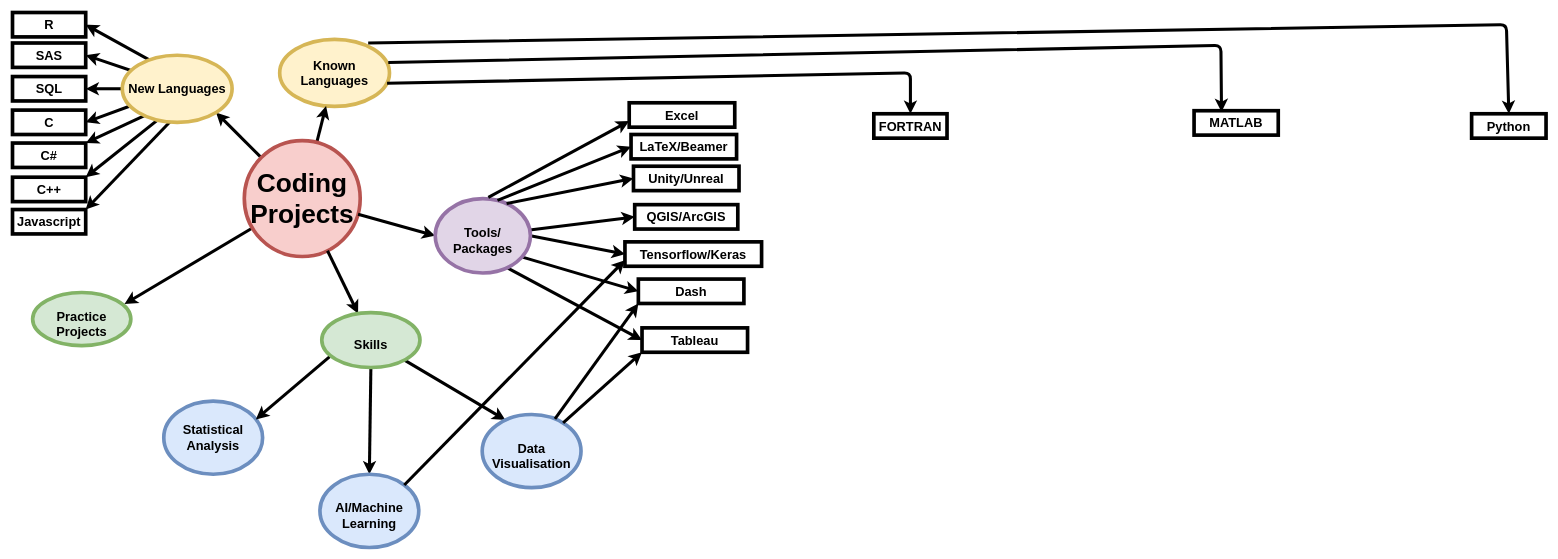
owen-jordan/central-repo keeps this draw.io diagram as Central Diagram.drawio. Above is the earlier version. Source tidied: cells renumbered, new cells numbered last; positions are measured from the earlier drawing's top-left corner, leaving out a move shared by most shapes. Both pictures are drawn from the tidied source at 61%, with x=0, y=0 at pixel (12, 12).
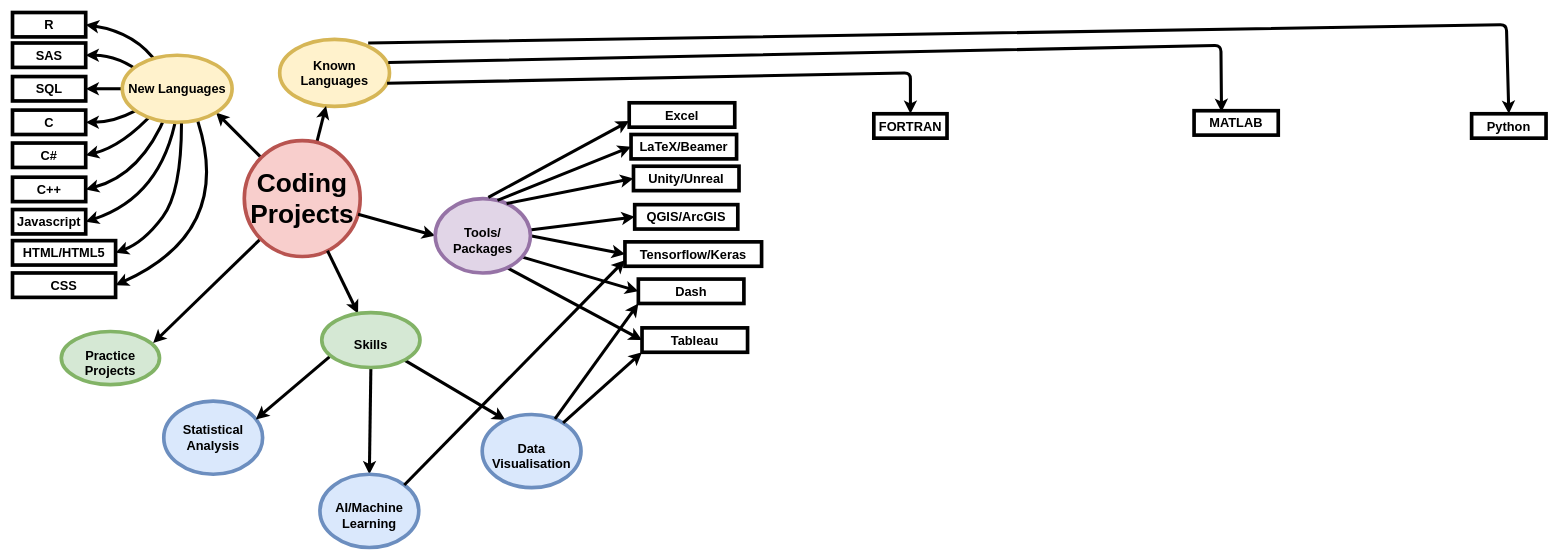
The same diagram, later.

Unchanged cells that the change refers to:
```xml
<mxCell id="2" value="&lt;b&gt;&lt;font style=&quot;font-size: 21px&quot;&gt;SAS&lt;/font&gt;&lt;/b&gt;" style="rounded=0;whiteSpace=wrap;html=1;strokeWidth=6;" parent="1" vertex="1">
  <mxGeometry y="50" width="120" height="40" as="geometry" />
</mxCell>
<mxCell id="5" value="&lt;b&gt;&lt;font style=&quot;font-size: 21px&quot;&gt;SQL&lt;/font&gt;&lt;/b&gt;" style="rounded=0;whiteSpace=wrap;html=1;strokeWidth=6;" parent="1" vertex="1">
  <mxGeometry y="105" width="120" height="40" as="geometry" />
</mxCell>
<mxCell id="7" value="&lt;font size=&quot;1&quot;&gt;&lt;b style=&quot;font-size: 21px&quot;&gt;C&lt;/b&gt;&lt;/font&gt;" style="rounded=0;whiteSpace=wrap;html=1;strokeWidth=6;" parent="1" vertex="1">
  <mxGeometry y="160" width="120" height="40" as="geometry" />
</mxCell>
<mxCell id="9" value="&lt;font style=&quot;font-size: 11px&quot;&gt;&lt;b style=&quot;font-size: 21px&quot;&gt;C&lt;/b&gt;&lt;b&gt;&lt;font style=&quot;font-size: 21px&quot;&gt;#&lt;/font&gt;&lt;/b&gt;&lt;/font&gt;" style="rounded=0;whiteSpace=wrap;html=1;strokeWidth=6;" parent="1" vertex="1">
  <mxGeometry y="214" width="120" height="40" as="geometry" />
</mxCell>
<mxCell id="11" value="&lt;font style=&quot;font-size: 11px&quot;&gt;&lt;b style=&quot;font-size: 21px&quot;&gt;C&lt;/b&gt;&lt;b&gt;&lt;font style=&quot;font-size: 21px&quot;&gt;++&lt;/font&gt;&lt;/b&gt;&lt;/font&gt;" style="rounded=0;whiteSpace=wrap;html=1;strokeWidth=6;" parent="1" vertex="1">
  <mxGeometry y="270" width="120" height="40" as="geometry" />
</mxCell>
<mxCell id="15" value="&lt;b&gt;&lt;font style=&quot;font-size: 21px&quot;&gt;Javascript&lt;/font&gt;&lt;/b&gt;" style="rounded=0;whiteSpace=wrap;html=1;strokeWidth=6;" parent="1" vertex="1">
  <mxGeometry y="323" width="120" height="40" as="geometry" />
</mxCell>
<mxCell id="17" value="&lt;b&gt;&lt;font style=&quot;font-size: 21px&quot;&gt;New Languages&lt;/font&gt;&lt;/b&gt;" style="ellipse;whiteSpace=wrap;html=1;strokeWidth=6;fillColor=#fff2cc;strokeColor=#d6b656;" parent="1" vertex="1">
  <mxGeometry x="180" y="70" width="180" height="110" as="geometry" />
</mxCell>
```

Change to the diagram source:
```diff
@@
-    <mxCell id="4" style="endArrow=classic;html=1;strokeWidth=5;exitX=0.194;exitY=0.291;exitDx=0;exitDy=0;entryX=1;entryY=0.5;entryDx=0;entryDy=0;exitPerimeter=0;" parent="1" edge="1" source="17" target="2">
-      <mxGeometry relative="1" as="geometry" />
+    <mxCell id="4" style="endArrow=classic;html=1;strokeWidth=5;exitX=0.194;exitY=0.291;exitDx=0;exitDy=0;entryX=1;entryY=0.5;entryDx=0;entryDy=0;exitPerimeter=0;curved=1;" parent="1" edge="1" source="17" target="2">
+      <mxGeometry relative="1" as="geometry">
+        <Array as="points">
+          <mxPoint x="175" y="70" />
+        </Array>
+      </mxGeometry>
     </mxCell>
@@
-    <mxCell id="6" style="endArrow=classic;html=1;strokeWidth=5;entryX=1;entryY=0.5;entryDx=0;entryDy=0;" parent="1" edge="1" source="17" target="5">
+    <mxCell id="6" style="endArrow=classic;html=1;strokeWidth=5;entryX=1;entryY=0.5;entryDx=0;entryDy=0;curved=1;" parent="1" edge="1" source="17" target="5">
       <mxGeometry relative="1" as="geometry" />
     </mxCell>
@@
-    <mxCell id="8" style="endArrow=classic;html=1;strokeWidth=5;entryX=1;entryY=0.5;entryDx=0;entryDy=0;" parent="1" edge="1" source="17" target="7">
-      <mxGeometry relative="1" as="geometry" />
+    <mxCell id="8" style="endArrow=classic;html=1;strokeWidth=5;entryX=1;entryY=0.5;entryDx=0;entryDy=0;curved=1;" parent="1" edge="1" source="17" target="7">
+      <mxGeometry relative="1" as="geometry">
+        <Array as="points">
+          <mxPoint x="166" y="180" />
+        </Array>
+      </mxGeometry>
     </mxCell>
@@
-    <mxCell id="10" style="endArrow=classic;html=1;strokeWidth=5;entryX=1;entryY=0;entryDx=0;entryDy=0;exitX=0.3;exitY=0.827;exitDx=0;exitDy=0;exitPerimeter=0;" parent="1" edge="1" source="17" target="9">
-      <mxGeometry relative="1" as="geometry" />
+    <mxCell id="10" style="endArrow=classic;html=1;strokeWidth=5;entryX=1;entryY=0.5;entryDx=0;entryDy=0;exitX=0.3;exitY=0.827;exitDx=0;exitDy=0;exitPerimeter=0;curved=1;" parent="1" edge="1" source="17" target="9">
+      <mxGeometry relative="1" as="geometry">
+        <Array as="points">
+          <mxPoint x="181" y="219" />
+        </Array>
+      </mxGeometry>
     </mxCell>
@@
-    <mxCell id="12" style="endArrow=classic;html=1;strokeWidth=5;entryX=1;entryY=0;entryDx=0;entryDy=0;exitX=0.406;exitY=0.855;exitDx=0;exitDy=0;exitPerimeter=0;" parent="1" edge="1" source="17" target="11">
-      <mxGeometry relative="1" as="geometry" />
+    <mxCell id="12" style="endArrow=classic;html=1;strokeWidth=5;entryX=1;entryY=0.5;entryDx=0;entryDy=0;exitX=0.406;exitY=0.855;exitDx=0;exitDy=0;exitPerimeter=0;curved=1;" parent="1" edge="1" source="17" target="11">
+      <mxGeometry relative="1" as="geometry">
+        <Array as="points">
+          <mxPoint x="212" y="266" />
+        </Array>
+      </mxGeometry>
     </mxCell>
@@
-    <mxCell id="14" style="endArrow=classic;html=1;strokeWidth=5;exitX=0.328;exitY=0.145;exitDx=0;exitDy=0;entryX=1;entryY=0.5;entryDx=0;entryDy=0;exitPerimeter=0;" parent="1" edge="1" source="17">
+    <mxCell id="14" style="endArrow=classic;html=1;strokeWidth=5;exitX=0.328;exitY=0.145;exitDx=0;exitDy=0;entryX=1;entryY=0.5;entryDx=0;entryDy=0;exitPerimeter=0;curved=1;" parent="1" edge="1" source="17">
       <mxGeometry relative="1" as="geometry">
         <mxPoint x="120" y="20" as="targetPoint" />
+        <Array as="points">
+          <mxPoint x="204" y="33" />
+        </Array>
       </mxGeometry>
     </mxCell>
@@
-    <mxCell id="16" style="endArrow=classic;html=1;strokeWidth=5;entryX=1;entryY=0;entryDx=0;entryDy=0;exitX=0.494;exitY=0.891;exitDx=0;exitDy=0;exitPerimeter=0;" parent="1" edge="1" source="17" target="15">
-      <mxGeometry relative="1" as="geometry" />
+    <mxCell id="16" style="endArrow=classic;html=1;strokeWidth=5;entryX=1;entryY=0.5;entryDx=0;entryDy=0;exitX=0.494;exitY=0.891;exitDx=0;exitDy=0;exitPerimeter=0;curved=1;" parent="1" edge="1" source="17" target="15">
+      <mxGeometry relative="1" as="geometry">
+        <Array as="points">
+          <mxPoint x="245" y="302" />
+        </Array>
+      </mxGeometry>
     </mxCell>
@@
     <mxCell id="26" value="&lt;br&gt;&lt;div&gt;&lt;b&gt;&lt;font style=&quot;font-size: 21px&quot;&gt;Practice&lt;/font&gt;&lt;/b&gt;&lt;/div&gt;&lt;div&gt;&lt;b&gt;&lt;font style=&quot;font-size: 21px&quot;&gt;Projects&lt;/font&gt;&lt;/b&gt;&lt;/div&gt;" style="ellipse;whiteSpace=wrap;html=1;strokeWidth=6;fillColor=#d5e8d4;strokeColor=#82b366;" parent="1" vertex="1">
-      <mxGeometry x="33" y="459" width="161" height="87" as="geometry" />
+      <mxGeometry x="80" y="523" width="161" height="87" as="geometry" />
     </mxCell>
@@
+    <mxCell id="56" value="&lt;font style=&quot;font-size: 21px&quot;&gt;&lt;b&gt;HTML/HTML5&lt;/b&gt;&lt;/font&gt;" style="rounded=0;whiteSpace=wrap;html=1;strokeWidth=6;" parent="1" vertex="1">
+      <mxGeometry y="374" width="169" height="40" as="geometry" />
+    </mxCell>
+    <mxCell id="57" style="endArrow=classic;html=1;strokeWidth=5;entryX=1;entryY=0.5;entryDx=0;entryDy=0;exitX=0.539;exitY=1.018;exitDx=0;exitDy=0;exitPerimeter=0;curved=1;" parent="1" edge="1" source="17" target="56">
+      <mxGeometry relative="1" as="geometry">
+        <Array as="points">
+          <mxPoint x="277" y="294" />
+          <mxPoint x="215" y="377" />
+        </Array>
+      </mxGeometry>
+    </mxCell>
+    <mxCell id="58" value="&lt;b&gt;&lt;font style=&quot;font-size: 21px&quot;&gt;CSS&lt;/font&gt;&lt;/b&gt;" style="rounded=0;whiteSpace=wrap;html=1;strokeWidth=6;" parent="1" vertex="1">
+      <mxGeometry y="427" width="169" height="40" as="geometry" />
+    </mxCell>
+    <mxCell id="59" style="curved=1;endArrow=classic;html=1;strokeColor=#000000;entryX=1;entryY=0.5;entryDx=0;entryDy=0;strokeWidth=5;exitX=0.689;exitY=0.991;exitDx=0;exitDy=0;exitPerimeter=0;" parent="1" edge="1" source="17" target="58">
+      <mxGeometry relative="1" as="geometry">
+        <Array as="points">
+          <mxPoint x="362" y="360" />
+        </Array>
+      </mxGeometry>
+    </mxCell>
```
